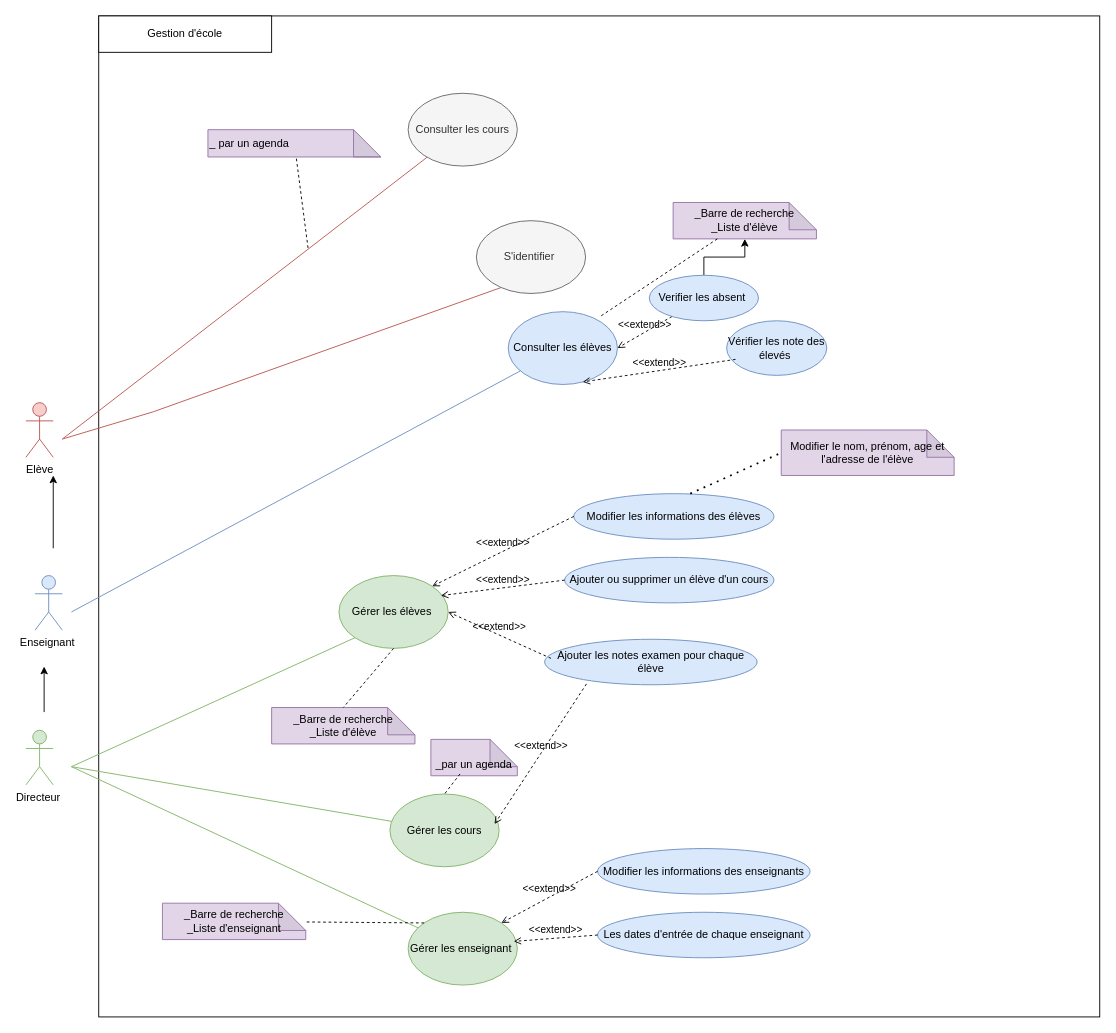
Earlier version of the draw.io diagram docs/diagramme cas d'utilisation.drawio (johandeschamps/gestion_ecole). Source tidied: cells renumbered, new cells numbered last; positions are measured from the earlier drawing's top-left corner, leaving out a move shared by most shapes. Both pictures are drawn from the tidied source at 91%, with x=0, y=0 at pixel (25, 15).
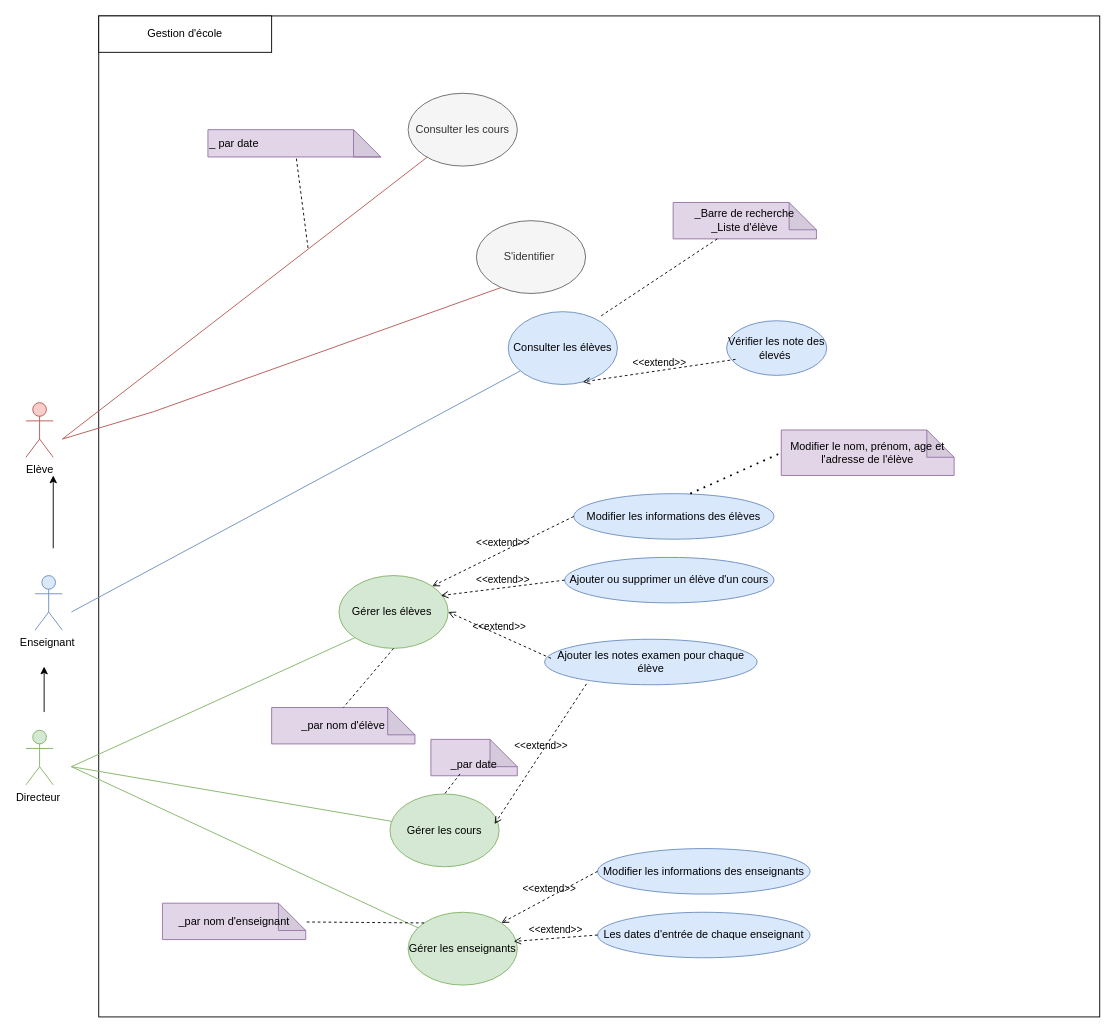
The same page after the edit.

Commit message:
Mettre à jour diagramme cas d'utilisation.drawio

Unchanged cells that the change refers to:
```xml
<mxCell id="17" value="Consulter les élèves" style="ellipse;whiteSpace=wrap;html=1;fillColor=#dae8fc;strokeColor=#6c8ebf;" parent="1" vertex="1">
  <mxGeometry x="530" y="325" width="120" height="80" as="geometry" />
</mxCell>
<mxCell id="39" value="_Barre de recherche&lt;br&gt;&lt;span style=&quot;background-color: initial;&quot;&gt;_Liste d'élève&lt;/span&gt;" style="shape=note;whiteSpace=wrap;html=1;backgroundOutline=1;darkOpacity=0.05;fillColor=#e1d5e7;strokeColor=#9673a6;" parent="1" vertex="1">
  <mxGeometry x="711.2" y="205" width="157.5" height="40" as="geometry" />
</mxCell>
```

Diff of the diagram source:
```diff
@@
-    <mxCell id="13" value="Gérer les enseignant&amp;nbsp;" style="ellipse;whiteSpace=wrap;html=1;fillColor=#d5e8d4;strokeColor=#82b366;" parent="1" vertex="1">
+    <mxCell id="13" value="Gérer les enseignants" style="ellipse;whiteSpace=wrap;html=1;fillColor=#d5e8d4;strokeColor=#82b366;" parent="1" vertex="1">
       <mxGeometry x="420" y="985" width="120" height="80" as="geometry" />
     </mxCell>
@@
-    <mxCell id="15" value="_ par un agenda" style="shape=note;whiteSpace=wrap;html=1;backgroundOutline=1;darkOpacity=0.05;fillColor=#e1d5e7;strokeColor=#9673a6;align=left;" parent="1" vertex="1">
+    <mxCell id="15" value="_ par date" style="shape=note;whiteSpace=wrap;html=1;backgroundOutline=1;darkOpacity=0.05;fillColor=#e1d5e7;strokeColor=#9673a6;align=left;" parent="1" vertex="1">
       <mxGeometry x="200" y="125" width="190" height="30" as="geometry" />
     </mxCell>
@@
-    <mxCell id="21" value="&amp;lt;&amp;lt;extend&amp;gt;&amp;gt;" style="html=1;verticalAlign=bottom;labelBackgroundColor=none;endArrow=open;endFill=0;dashed=1;rounded=0;entryX=1;entryY=0.5;entryDx=0;entryDy=0;" parent="1" edge="1" source="23" target="17">
-      <mxGeometry relative="1" as="geometry" />
-    </mxCell>
-    <mxCell id="22" style="edgeStyle=orthogonalEdgeStyle;rounded=0;jettySize=auto;html=1;" parent="1" edge="1" source="23" target="39">
-      <mxGeometry relative="1" as="geometry" />
-    </mxCell>
-    <mxCell id="23" value="Verifier les absent&amp;nbsp;" style="ellipse;whiteSpace=wrap;html=1;fillColor=#dae8fc;strokeColor=#6c8ebf;" parent="1" vertex="1">
-      <mxGeometry x="685" y="285" width="120" height="50" as="geometry" />
-    </mxCell>
@@
-    <mxCell id="32" value="&amp;nbsp;&lt;div&gt;_par un agenda&lt;/div&gt;" style="shape=note;whiteSpace=wrap;html=1;backgroundOutline=1;darkOpacity=0.05;fillColor=#e1d5e7;strokeColor=#9673a6;" parent="1" vertex="1">
+    <mxCell id="32" value="&amp;nbsp;&lt;div&gt;_par date&lt;/div&gt;" style="shape=note;whiteSpace=wrap;html=1;backgroundOutline=1;darkOpacity=0.05;fillColor=#e1d5e7;strokeColor=#9673a6;" parent="1" vertex="1">
       <mxGeometry x="445" y="795" width="95" height="40" as="geometry" />
     </mxCell>
@@
-    <mxCell id="40" value="_Barre de recherche&lt;br&gt;&lt;span style=&quot;background-color: initial;&quot;&gt;_Liste d'élève&lt;/span&gt;" style="shape=note;whiteSpace=wrap;html=1;backgroundOutline=1;darkOpacity=0.05;fillColor=#e1d5e7;strokeColor=#9673a6;" parent="1" vertex="1">
+    <mxCell id="40" value="_par nom d'élève" style="shape=note;whiteSpace=wrap;html=1;backgroundOutline=1;darkOpacity=0.05;fillColor=#e1d5e7;strokeColor=#9673a6;" parent="1" vertex="1">
       <mxGeometry x="270" y="760" width="157.5" height="40" as="geometry" />
     </mxCell>
@@
-    <mxCell id="42" value="_Barre de recherche&lt;br&gt;&lt;span style=&quot;background-color: initial;&quot;&gt;_Liste d'enseignant&lt;/span&gt;" style="shape=note;whiteSpace=wrap;html=1;backgroundOutline=1;darkOpacity=0.05;fillColor=#e1d5e7;strokeColor=#9673a6;" parent="1" vertex="1">
+    <mxCell id="42" value="_par nom d'enseignant" style="shape=note;whiteSpace=wrap;html=1;backgroundOutline=1;darkOpacity=0.05;fillColor=#e1d5e7;strokeColor=#9673a6;" parent="1" vertex="1">
       <mxGeometry x="150" y="975" width="157.5" height="40" as="geometry" />
     </mxCell>
```
